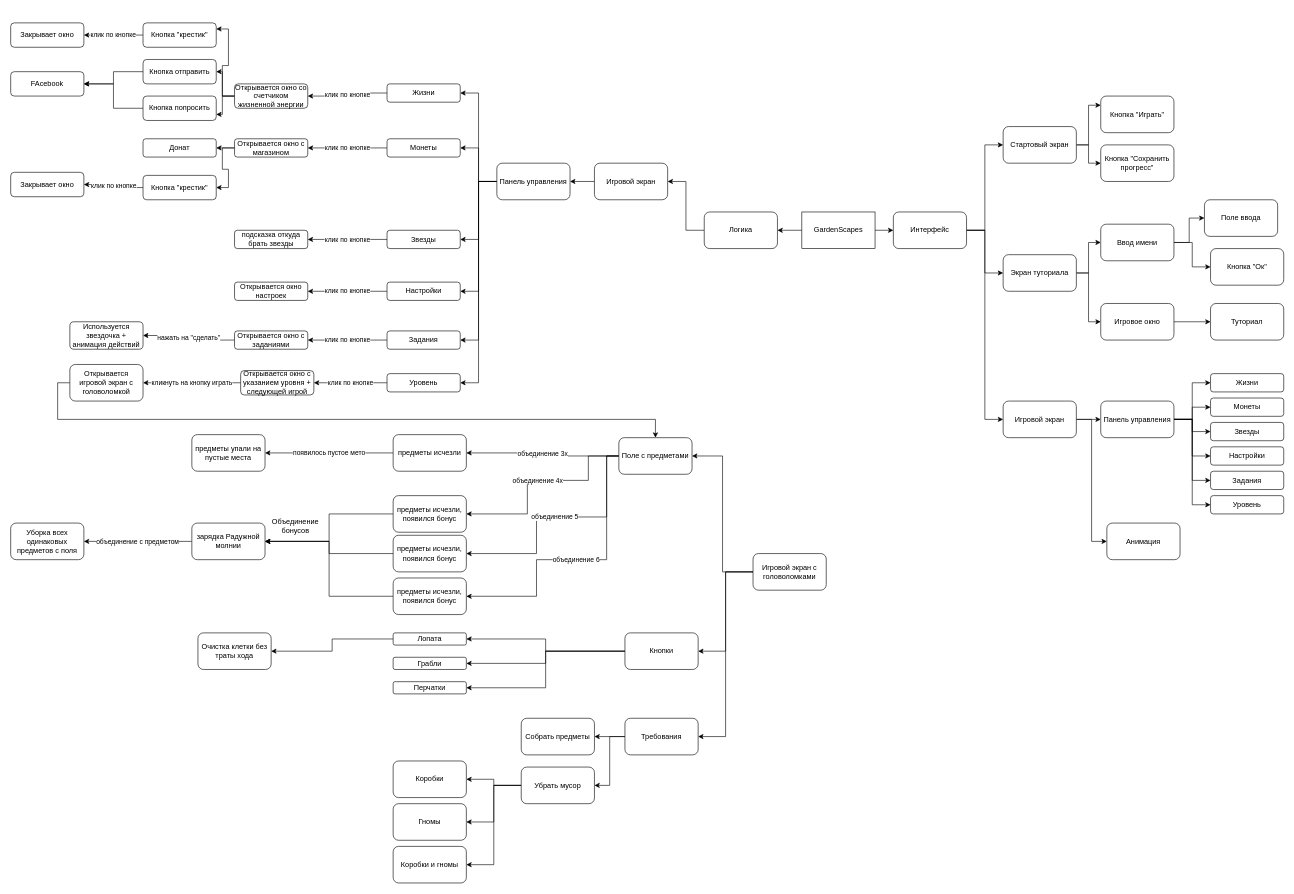
Earlier version of the draw.io diagram Hometask3/OTUS-task_3_GardenScapes.drawio (NatPopstar/Otus). Source tidied: cells renumbered, new cells numbered last; positions are measured from the earlier drawing's top-left corner, leaving out a move shared by most shapes. Both pictures are drawn from the tidied source at 61%, with x=0, y=0 at pixel (10, 23).
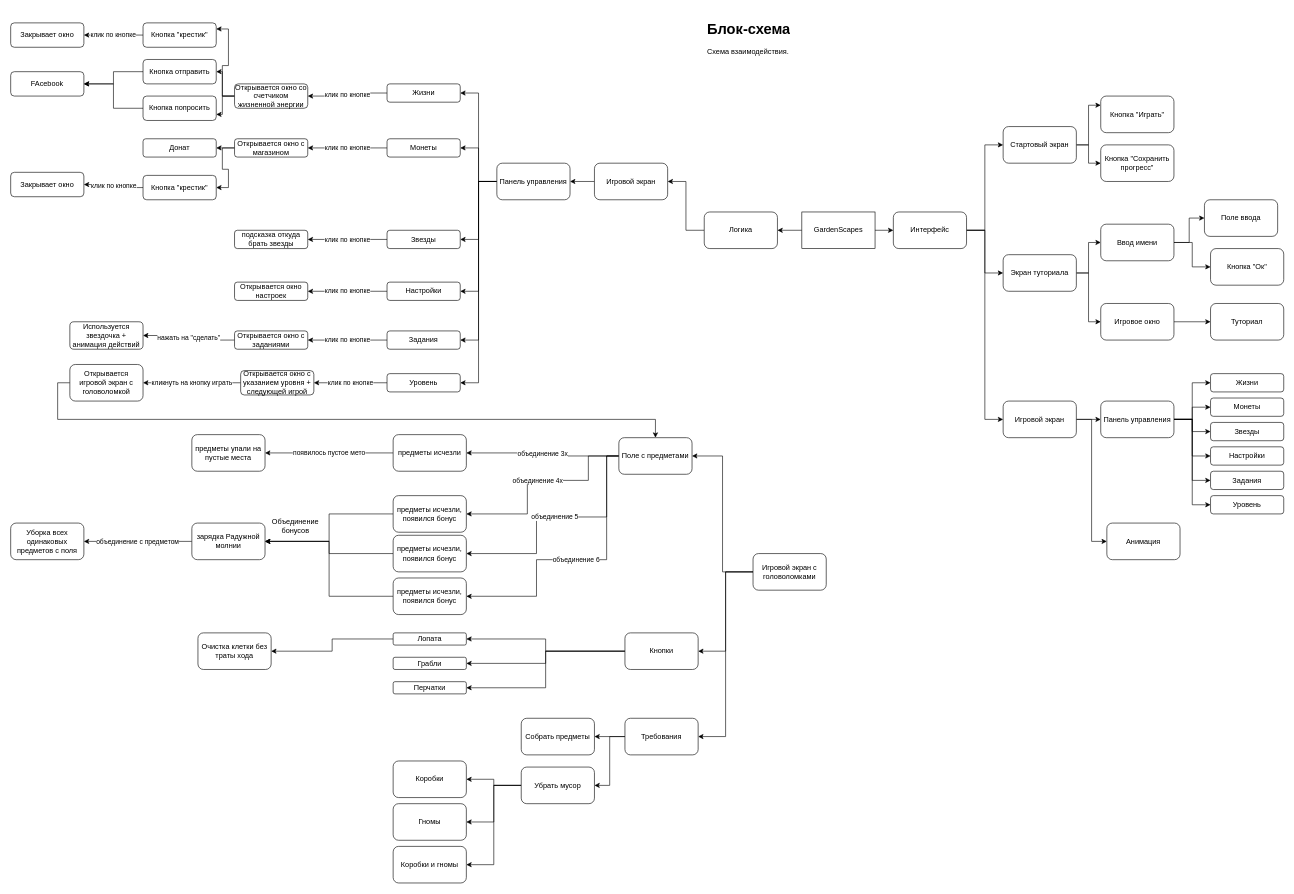
The same diagram, later.

The edit, as a diff of the source:
```diff
@@
+    <mxCell id="135" value="&lt;h1&gt;Блок-схема&lt;/h1&gt;&lt;p&gt;Схема взаимодействия.&lt;/p&gt;" style="text;html=1;strokeColor=none;fillColor=none;spacing=5;spacingTop=-20;whiteSpace=wrap;overflow=hidden;rounded=0;" parent="1" vertex="1">
+      <mxGeometry x="1137" y="-10" width="190" height="120" as="geometry" />
+    </mxCell>
```
